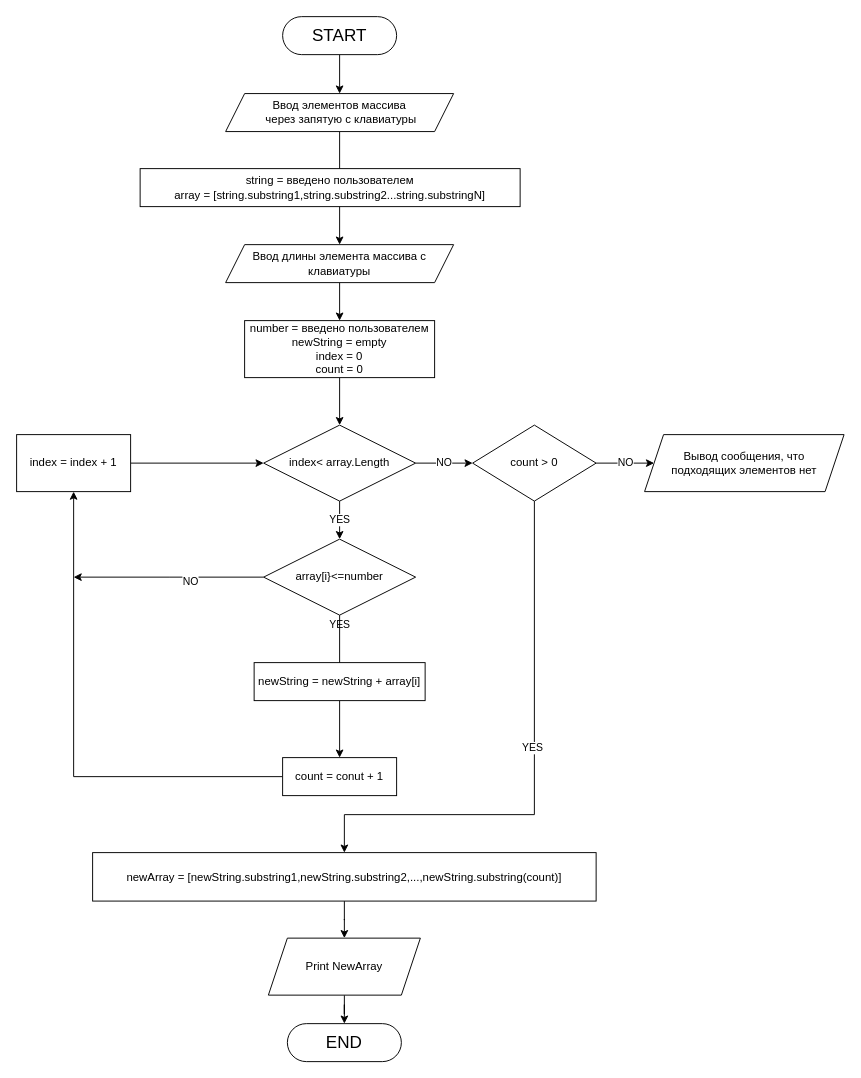
Before: Flowchart.drawio in HelgaSen/Q1FinalWork, a draw.io diagram. Source tidied: cells renumbered, new cells numbered last; positions are measured from the earlier drawing's top-left corner, leaving out a move shared by most shapes. Both pictures are drawn from the tidied source at 95%, with x=0, y=0 at pixel (16, 16).
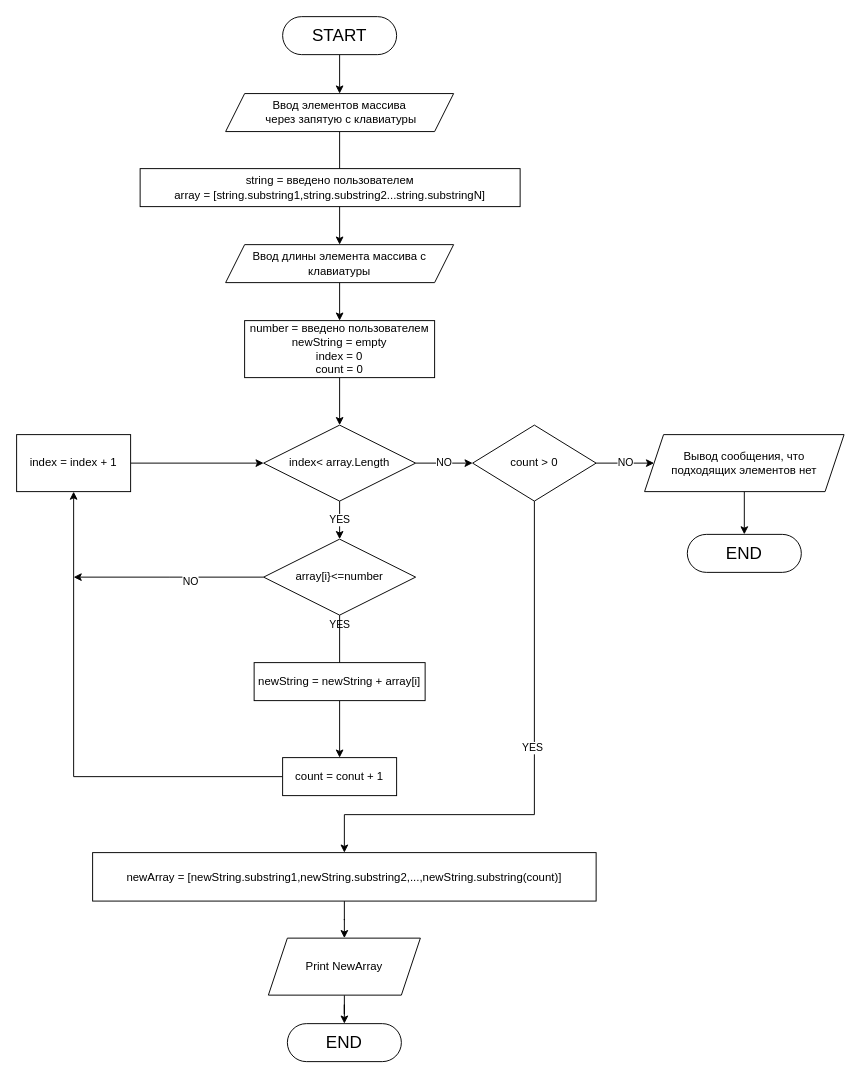
The same diagram, later.

Commit message (it also covers changes not shown here):
spelling errors fixed

Unchanged cells that the change refers to:
```xml
<mxCell id="26" value="Вывод сообщения, что &lt;br&gt;подходящих элементов нет" style="shape=parallelogram;perimeter=parallelogramPerimeter;whiteSpace=wrap;html=1;fixedSize=1;" parent="1" vertex="1">
  <mxGeometry x="661" y="440" width="210" height="60" as="geometry" />
</mxCell>
```

Change to the diagram source:
```diff
@@
+    <mxCell id="34" style="edgeStyle=orthogonalEdgeStyle;rounded=0;jettySize=auto;html=1;" parent="1" edge="1" source="26" target="35">
+      <mxGeometry relative="1" as="geometry" />
+    </mxCell>
@@
+    <mxCell id="35" value="END" style="rounded=1;whiteSpace=wrap;html=1;fontSize=18;arcSize=50;" parent="1" vertex="1">
+      <mxGeometry x="706" y="545" width="120" height="40" as="geometry" />
+    </mxCell>
```
